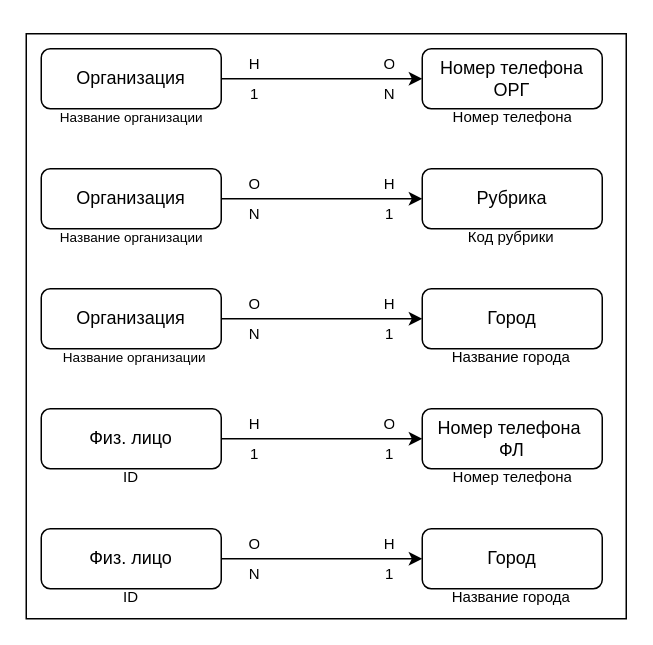
The draw.io diagram ConcModelOfData.drawio in ch0rt20/DBCourseWork, before the edit. Source tidied: cells renumbered, new cells numbered last; positions are measured from the earlier drawing's top-left corner, leaving out a move shared by most shapes. Both pictures are drawn from the tidied source at 150%, with x=0, y=0 at pixel (26, 33).
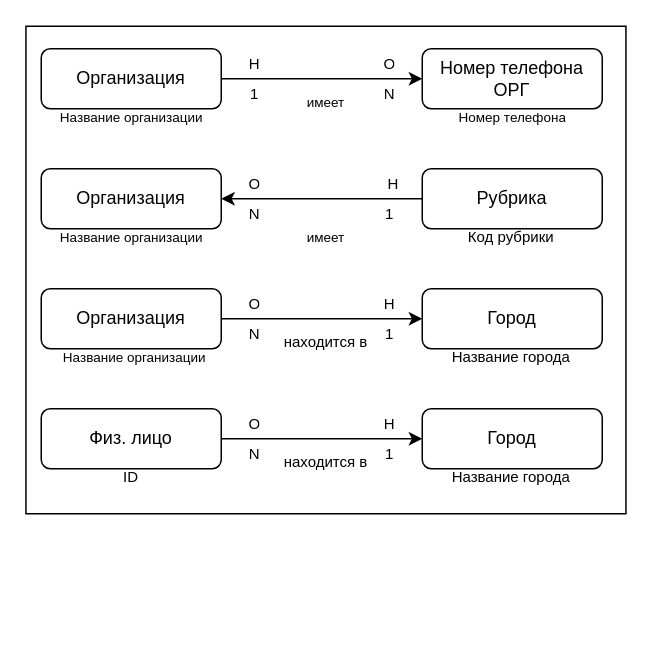
Above is the later version.

The change refers to these unchanged cells:
```xml
<mxCell id="4" value="Организация" style="rounded=1;whiteSpace=wrap;html=1;fontSize=12;glass=0;strokeWidth=1;shadow=0;" parent="1" vertex="1">
  <mxGeometry x="10" y="90" width="120" height="40" as="geometry" />
</mxCell>
<mxCell id="9" value="Рубрика" style="rounded=1;whiteSpace=wrap;html=1;fontSize=12;glass=0;strokeWidth=1;shadow=0;" parent="1" vertex="1">
  <mxGeometry x="264" y="90" width="120" height="40" as="geometry" />
</mxCell>
```

The edit, as a diff of the source:
```diff
@@
     <mxCell id="2" style="rounded=0;whiteSpace=wrap;html=1;" parent="1" vertex="1">
-      <mxGeometry width="400" height="390" as="geometry" />
+      <mxGeometry x="-0.2" y="-5" width="400" height="325" as="geometry" />
     </mxCell>
@@
     <mxCell id="6" value="Физ. лицо" style="rounded=1;whiteSpace=wrap;html=1;fontSize=12;glass=0;strokeWidth=1;shadow=0;" parent="1" vertex="1">
-      <mxGeometry x="10" y="330" width="120" height="40" as="geometry" />
+      <mxGeometry x="10" y="250" width="120" height="40" as="geometry" />
     </mxCell>
-    <mxCell id="7" value="Физ. лицо" style="rounded=1;whiteSpace=wrap;html=1;fontSize=12;glass=0;strokeWidth=1;shadow=0;" parent="1" vertex="1">
-      <mxGeometry x="10" y="250" width="120" height="40" as="geometry" />
-    </mxCell>
@@
-    <mxCell id="11" value="Номер телефона&amp;nbsp;&lt;div&gt;ФЛ&lt;/div&gt;" style="rounded=1;whiteSpace=wrap;html=1;fontSize=12;glass=0;strokeWidth=1;shadow=0;" parent="1" vertex="1">
-      <mxGeometry x="264" y="250" width="120" height="40" as="geometry" />
-    </mxCell>
     <mxCell id="12" value="Город" style="rounded=1;whiteSpace=wrap;html=1;fontSize=12;glass=0;strokeWidth=1;shadow=0;" parent="1" vertex="1">
-      <mxGeometry x="264" y="330" width="120" height="40" as="geometry" />
+      <mxGeometry x="264" y="250" width="120" height="40" as="geometry" />
     </mxCell>
@@
-    <mxCell id="14" style="endArrow=classic;html=1;rounded=0;exitX=1;exitY=0.5;exitDx=0;exitDy=0;entryX=0;entryY=0.5;entryDx=0;entryDy=0;" parent="1" edge="1" source="4" target="9">
+    <mxCell id="14" style="endArrow=classic;html=1;rounded=0;entryX=1;entryY=0.5;entryDx=0;entryDy=0;exitX=0;exitY=0.5;exitDx=0;exitDy=0;" parent="1" edge="1" source="9" target="4">
       <mxGeometry relative="1" as="geometry" />
     </mxCell>
@@
-    <mxCell id="16" style="endArrow=classic;html=1;rounded=0;exitX=1;exitY=0.5;exitDx=0;exitDy=0;entryX=0;entryY=0.5;entryDx=0;entryDy=0;" parent="1" edge="1" source="7" target="11">
-      <mxGeometry relative="1" as="geometry" />
-    </mxCell>
@@
-    <mxCell id="21" value="&lt;font size=&quot;1&quot;&gt;ID&lt;/font&gt;" style="text;strokeColor=none;fillColor=none;align=center;verticalAlign=middle;spacingLeft=4;spacingRight=4;overflow=hidden;whiteSpace=wrap;html=1;" parent="1" vertex="1">
-      <mxGeometry x="51.2" y="280" width="37.5" height="30" as="geometry" />
-    </mxCell>
     <mxCell id="22" value="&lt;font size=&quot;1&quot;&gt;ID&lt;/font&gt;" style="text;strokeColor=none;fillColor=none;align=center;verticalAlign=middle;spacingLeft=4;spacingRight=4;overflow=hidden;whiteSpace=wrap;html=1;" parent="1" vertex="1">
-      <mxGeometry x="51.2" y="360" width="37.5" height="30" as="geometry" />
+      <mxGeometry x="51.2" y="280" width="37.5" height="30" as="geometry" />
     </mxCell>
-    <mxCell id="23" value="&lt;font size=&quot;1&quot;&gt;Номер телефона&lt;/font&gt;" style="text;strokeColor=none;fillColor=none;align=center;verticalAlign=middle;spacingLeft=4;spacingRight=4;overflow=hidden;whiteSpace=wrap;html=1;" parent="1" vertex="1">
-      <mxGeometry x="274.6" y="40" width="98.8" height="30" as="geometry" />
-    </mxCell>
@@
     <mxCell id="26" value="&lt;font size=&quot;1&quot;&gt;Название города&lt;/font&gt;" style="text;strokeColor=none;fillColor=none;align=center;verticalAlign=middle;spacingLeft=4;spacingRight=4;overflow=hidden;whiteSpace=wrap;html=1;" parent="1" vertex="1">
-      <mxGeometry x="276.3" y="360" width="95.4" height="30" as="geometry" />
+      <mxGeometry x="276.3" y="280" width="95.4" height="30" as="geometry" />
     </mxCell>
@@
-    <mxCell id="31" value="&lt;font size=&quot;1&quot;&gt;1&lt;/font&gt;" style="text;strokeColor=none;fillColor=none;align=center;verticalAlign=middle;spacingLeft=4;spacingRight=4;overflow=hidden;whiteSpace=wrap;html=1;" parent="1" vertex="1">
-      <mxGeometry x="140" y="270" width="25.4" height="20" as="geometry" />
-    </mxCell>
-    <mxCell id="32" value="&lt;font size=&quot;1&quot;&gt;1&lt;/font&gt;" style="text;strokeColor=none;fillColor=none;align=center;verticalAlign=middle;spacingLeft=4;spacingRight=4;overflow=hidden;whiteSpace=wrap;html=1;" parent="1" vertex="1">
-      <mxGeometry x="230" y="270" width="25.4" height="20" as="geometry" />
-    </mxCell>
-    <mxCell id="33" value="&lt;font size=&quot;1&quot;&gt;Н&lt;/font&gt;" style="text;strokeColor=none;fillColor=none;align=center;verticalAlign=middle;spacingLeft=4;spacingRight=4;overflow=hidden;whiteSpace=wrap;html=1;" parent="1" vertex="1">
-      <mxGeometry x="140" y="250" width="25.4" height="20" as="geometry" />
-    </mxCell>
-    <mxCell id="34" value="&lt;font size=&quot;1&quot;&gt;О&lt;/font&gt;" style="text;strokeColor=none;fillColor=none;align=center;verticalAlign=middle;spacingLeft=4;spacingRight=4;overflow=hidden;whiteSpace=wrap;html=1;" parent="1" vertex="1">
-      <mxGeometry x="230" y="250" width="25.4" height="20" as="geometry" />
-    </mxCell>
     <mxCell id="35" value="&lt;font size=&quot;1&quot;&gt;N&lt;/font&gt;" style="text;strokeColor=none;fillColor=none;align=center;verticalAlign=middle;spacingLeft=4;spacingRight=4;overflow=hidden;whiteSpace=wrap;html=1;" parent="1" vertex="1">
-      <mxGeometry x="140" y="350" width="25.4" height="20" as="geometry" />
+      <mxGeometry x="140" y="270" width="25.4" height="20" as="geometry" />
     </mxCell>
     <mxCell id="36" value="&lt;font size=&quot;1&quot;&gt;1&lt;/font&gt;" style="text;strokeColor=none;fillColor=none;align=center;verticalAlign=middle;spacingLeft=4;spacingRight=4;overflow=hidden;whiteSpace=wrap;html=1;" parent="1" vertex="1">
-      <mxGeometry x="230" y="350" width="25.4" height="20" as="geometry" />
+      <mxGeometry x="230" y="270" width="25.4" height="20" as="geometry" />
     </mxCell>
     <mxCell id="37" value="&lt;font size=&quot;1&quot;&gt;О&lt;/font&gt;" style="text;strokeColor=none;fillColor=none;align=center;verticalAlign=middle;spacingLeft=4;spacingRight=4;overflow=hidden;whiteSpace=wrap;html=1;" parent="1" vertex="1">
-      <mxGeometry x="140" y="330" width="25.4" height="20" as="geometry" />
+      <mxGeometry x="140" y="250" width="25.4" height="20" as="geometry" />
     </mxCell>
     <mxCell id="38" value="&lt;font size=&quot;1&quot;&gt;Н&lt;/font&gt;" style="text;strokeColor=none;fillColor=none;align=center;verticalAlign=middle;spacingLeft=4;spacingRight=4;overflow=hidden;whiteSpace=wrap;html=1;" parent="1" vertex="1">
-      <mxGeometry x="230" y="330" width="25.4" height="20" as="geometry" />
+      <mxGeometry x="230" y="250" width="25.4" height="20" as="geometry" />
     </mxCell>
@@
     <mxCell id="42" value="&lt;font size=&quot;1&quot;&gt;Н&lt;/font&gt;" style="text;strokeColor=none;fillColor=none;align=center;verticalAlign=middle;spacingLeft=4;spacingRight=4;overflow=hidden;whiteSpace=wrap;html=1;" parent="1" vertex="1">
-      <mxGeometry x="230" y="90" width="25.4" height="20" as="geometry" />
+      <mxGeometry x="230" y="90" width="30" height="20" as="geometry" />
     </mxCell>
@@
-    <mxCell id="47" value="&lt;font size=&quot;1&quot;&gt;Номер телефона&lt;/font&gt;" style="text;strokeColor=none;fillColor=none;align=center;verticalAlign=middle;spacingLeft=4;spacingRight=4;overflow=hidden;whiteSpace=wrap;html=1;" parent="1" vertex="1">
-      <mxGeometry x="274.6" y="280" width="98.8" height="30" as="geometry" />
-    </mxCell>
+    <mxCell id="48" value="&lt;font style=&quot;font-size: 9px;&quot;&gt;и&lt;/font&gt;&lt;span style=&quot;font-size: 9px; background-color: initial;&quot;&gt;меет&lt;/span&gt;" style="text;strokeColor=none;fillColor=none;align=center;verticalAlign=middle;spacingLeft=4;spacingRight=4;overflow=hidden;whiteSpace=wrap;html=1;" parent="1" vertex="1">
+      <mxGeometry x="180" y="30" width="39.6" height="30" as="geometry" />
+    </mxCell>
+    <mxCell id="49" value="&lt;font style=&quot;font-size: 9px;&quot;&gt;и&lt;/font&gt;&lt;span style=&quot;font-size: 9px; background-color: initial;&quot;&gt;меет&lt;/span&gt;" style="text;strokeColor=none;fillColor=none;align=center;verticalAlign=middle;spacingLeft=4;spacingRight=4;overflow=hidden;whiteSpace=wrap;html=1;" parent="1" vertex="1">
+      <mxGeometry x="180" y="120" width="40" height="30" as="geometry" />
+    </mxCell>
+    <mxCell id="50" value="&lt;font size=&quot;1&quot;&gt;находится в&lt;/font&gt;" style="text;strokeColor=none;fillColor=none;align=center;verticalAlign=middle;spacingLeft=4;spacingRight=4;overflow=hidden;whiteSpace=wrap;html=1;" parent="1" vertex="1">
+      <mxGeometry x="165" y="190" width="69.6" height="30" as="geometry" />
+    </mxCell>
+    <mxCell id="51" value="&lt;font size=&quot;1&quot;&gt;находится в&lt;/font&gt;" style="text;strokeColor=none;fillColor=none;align=center;verticalAlign=middle;spacingLeft=4;spacingRight=4;overflow=hidden;whiteSpace=wrap;html=1;" parent="1" vertex="1">
+      <mxGeometry x="165" y="270" width="69.6" height="30" as="geometry" />
+    </mxCell>
+    <mxCell id="52" value="&lt;font style=&quot;font-size: 9px;&quot;&gt;Номер телефона&lt;/font&gt;" style="text;strokeColor=none;fillColor=none;align=center;verticalAlign=middle;spacingLeft=4;spacingRight=4;overflow=hidden;whiteSpace=wrap;html=1;" parent="1" vertex="1">
+      <mxGeometry x="266.5" y="40" width="115" height="30" as="geometry" />
+    </mxCell>
```
